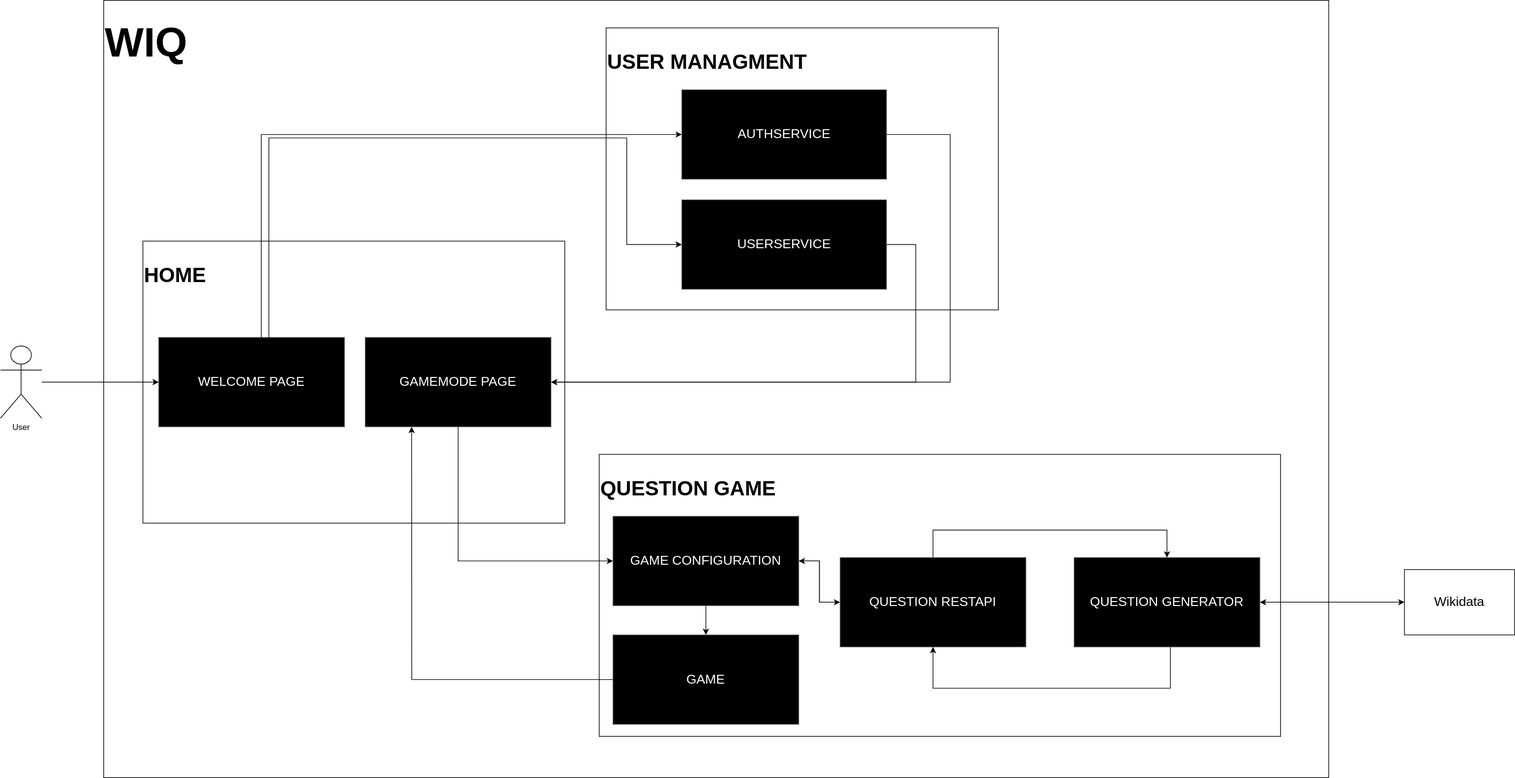
This is docs/images/5-Level2.svg from Arquisoft/wiq_en1b, a draw.io export, as it was before one commit. Source tidied: cells renumbered, new cells last; positions are measured from the earlier drawing's top-left corner, leaving out a move shared by most shapes. The source it was exported from:
```xml
<mxGraphModel>
  <root>
    <mxCell id="0" />
    <mxCell id="1" parent="0" />
    <mxCell id="2" value="&lt;font style=&quot;font-size: 60px;&quot;&gt;&lt;b&gt;&lt;font style=&quot;font-size: 60px;&quot;&gt;WIQ&lt;/font&gt;&lt;/b&gt;&lt;br style=&quot;&quot;&gt;&lt;br style=&quot;&quot;&gt;&lt;br style=&quot;&quot;&gt;&lt;br style=&quot;&quot;&gt;&lt;br style=&quot;&quot;&gt;&lt;br style=&quot;&quot;&gt;&lt;br style=&quot;&quot;&gt;&lt;br style=&quot;&quot;&gt;&lt;br style=&quot;&quot;&gt;&lt;br&gt;&lt;br&gt;&lt;br&gt;&lt;br&gt;&lt;br&gt;&lt;br&gt;&lt;/font&gt;" style="rounded=0;whiteSpace=wrap;html=1;fontSize=26;align=left;" parent="1" vertex="1">
      <mxGeometry x="150" width="1780" height="1130" as="geometry" />
    </mxCell>
    <mxCell id="3" value="&lt;b&gt;&lt;font style=&quot;font-size: 30px;&quot;&gt;HOME&lt;/font&gt;&lt;/b&gt;&lt;br style=&quot;font-size: 26px;&quot;&gt;&lt;br style=&quot;font-size: 26px;&quot;&gt;&lt;br style=&quot;font-size: 26px;&quot;&gt;&lt;br style=&quot;font-size: 26px;&quot;&gt;&lt;br style=&quot;font-size: 26px;&quot;&gt;&lt;br style=&quot;font-size: 26px;&quot;&gt;&lt;br style=&quot;font-size: 26px;&quot;&gt;&lt;br style=&quot;font-size: 26px;&quot;&gt;&lt;br style=&quot;font-size: 26px;&quot;&gt;&lt;br&gt;&lt;br&gt;" style="rounded=0;whiteSpace=wrap;html=1;fontSize=26;align=left;" parent="1" vertex="1">
      <mxGeometry x="207" y="350" width="613" height="410" as="geometry" />
    </mxCell>
    <mxCell id="4" style="edgeStyle=orthogonalEdgeStyle;rounded=0;jettySize=auto;html=1;entryX=0;entryY=0.5;entryDx=0;entryDy=0;" parent="1" edge="1" source="5" target="6">
      <mxGeometry relative="1" as="geometry" />
    </mxCell>
    <mxCell id="5" value="User" style="shape=umlActor;verticalLabelPosition=bottom;verticalAlign=top;html=1;outlineConnect=0;" parent="1" vertex="1">
      <mxGeometry y="502.5" width="60" height="105" as="geometry" />
    </mxCell>
    <mxCell id="6" value="WELCOME PAGE" style="rounded=0;whiteSpace=wrap;html=1;fillColor=#000000;gradientColor=none;strokeColor=#666666;fontColor=#ffffff;fontSize=19;" parent="1" vertex="1">
      <mxGeometry x="230" y="490" width="270" height="130" as="geometry" />
    </mxCell>
    <mxCell id="7" value="&lt;b&gt;&lt;font style=&quot;font-size: 30px;&quot;&gt;USER MANAGMENT&lt;/font&gt;&lt;/b&gt;&lt;br style=&quot;font-size: 26px;&quot;&gt;&lt;br style=&quot;font-size: 26px;&quot;&gt;&lt;br style=&quot;font-size: 26px;&quot;&gt;&lt;br style=&quot;font-size: 26px;&quot;&gt;&lt;br style=&quot;font-size: 26px;&quot;&gt;&lt;br style=&quot;font-size: 26px;&quot;&gt;&lt;br style=&quot;font-size: 26px;&quot;&gt;&lt;br style=&quot;font-size: 26px;&quot;&gt;&lt;br style=&quot;font-size: 26px;&quot;&gt;&lt;br&gt;&lt;br&gt;" style="rounded=0;whiteSpace=wrap;html=1;fontSize=26;align=left;" parent="1" vertex="1">
      <mxGeometry x="880" y="40" width="570" height="410" as="geometry" />
    </mxCell>
    <mxCell id="8" style="edgeStyle=orthogonalEdgeStyle;rounded=0;jettySize=auto;html=1;entryX=1;entryY=0.5;entryDx=0;entryDy=0;" parent="1" edge="1" source="9" target="14">
      <mxGeometry relative="1" as="geometry">
        <Array as="points">
          <mxPoint x="1380" y="195" />
          <mxPoint x="1380" y="555" />
        </Array>
      </mxGeometry>
    </mxCell>
    <mxCell id="9" value="AUTHSERVICE" style="rounded=0;whiteSpace=wrap;html=1;fillColor=#000000;gradientColor=none;strokeColor=#666666;fontColor=#ffffff;fontSize=19;" parent="1" vertex="1">
      <mxGeometry x="990" y="130" width="297.5" height="130" as="geometry" />
    </mxCell>
    <mxCell id="10" style="edgeStyle=orthogonalEdgeStyle;rounded=0;jettySize=auto;html=1;entryX=1;entryY=0.5;entryDx=0;entryDy=0;" parent="1" edge="1" source="11" target="14">
      <mxGeometry relative="1" as="geometry">
        <Array as="points">
          <mxPoint x="1330" y="355" />
          <mxPoint x="1330" y="555" />
        </Array>
      </mxGeometry>
    </mxCell>
    <mxCell id="11" value="USERSERVICE" style="rounded=0;whiteSpace=wrap;html=1;fillColor=#000000;gradientColor=none;strokeColor=#666666;fontColor=#ffffff;fontSize=19;" parent="1" vertex="1">
      <mxGeometry x="990" y="290" width="297.5" height="130" as="geometry" />
    </mxCell>
    <mxCell id="12" style="edgeStyle=orthogonalEdgeStyle;rounded=0;jettySize=auto;html=1;entryX=0;entryY=0.5;entryDx=0;entryDy=0;" parent="1" edge="1" source="6" target="9">
      <mxGeometry relative="1" as="geometry">
        <Array as="points">
          <mxPoint x="379" y="195" />
        </Array>
      </mxGeometry>
    </mxCell>
    <mxCell id="13" style="edgeStyle=orthogonalEdgeStyle;rounded=0;jettySize=auto;html=1;entryX=0;entryY=0.5;entryDx=0;entryDy=0;" parent="1" edge="1" source="6" target="11">
      <mxGeometry relative="1" as="geometry">
        <Array as="points">
          <mxPoint x="390" y="200" />
          <mxPoint x="910" y="200" />
          <mxPoint x="910" y="355" />
        </Array>
      </mxGeometry>
    </mxCell>
    <mxCell id="14" value="GAMEMODE PAGE" style="rounded=0;whiteSpace=wrap;html=1;fillColor=#000000;gradientColor=none;strokeColor=#666666;fontColor=#ffffff;fontSize=19;" parent="1" vertex="1">
      <mxGeometry x="530" y="490" width="270" height="130" as="geometry" />
    </mxCell>
    <mxCell id="15" value="&lt;span style=&quot;font-size: 30px;&quot;&gt;&lt;b&gt;QUESTION GAME&lt;/b&gt;&lt;/span&gt;&lt;br style=&quot;font-size: 26px;&quot;&gt;&lt;br style=&quot;font-size: 26px;&quot;&gt;&lt;br style=&quot;font-size: 26px;&quot;&gt;&lt;br style=&quot;font-size: 26px;&quot;&gt;&lt;br style=&quot;font-size: 26px;&quot;&gt;&lt;br style=&quot;font-size: 26px;&quot;&gt;&lt;br style=&quot;font-size: 26px;&quot;&gt;&lt;br style=&quot;font-size: 26px;&quot;&gt;&lt;br style=&quot;font-size: 26px;&quot;&gt;&lt;br&gt;&lt;br&gt;" style="rounded=0;whiteSpace=wrap;html=1;fontSize=26;align=left;" parent="1" vertex="1">
      <mxGeometry x="870" y="660" width="990" height="410" as="geometry" />
    </mxCell>
    <mxCell id="16" style="edgeStyle=orthogonalEdgeStyle;rounded=0;jettySize=auto;html=1;entryX=0;entryY=0.5;entryDx=0;entryDy=0;" parent="1" edge="1" source="18" target="22">
      <mxGeometry relative="1" as="geometry" />
    </mxCell>
    <mxCell id="17" style="edgeStyle=orthogonalEdgeStyle;rounded=0;jettySize=auto;html=1;entryX=0.5;entryY=0;entryDx=0;entryDy=0;" parent="1" edge="1" source="18" target="29">
      <mxGeometry relative="1" as="geometry" />
    </mxCell>
    <mxCell id="18" value="GAME CONFIGURATION" style="rounded=0;whiteSpace=wrap;html=1;fillColor=#000000;gradientColor=none;strokeColor=#666666;fontColor=#ffffff;fontSize=19;" parent="1" vertex="1">
      <mxGeometry x="890" y="750" width="270" height="130" as="geometry" />
    </mxCell>
    <mxCell id="19" style="edgeStyle=orthogonalEdgeStyle;rounded=0;jettySize=auto;html=1;entryX=0;entryY=0.5;entryDx=0;entryDy=0;" parent="1" edge="1" source="14" target="18">
      <mxGeometry relative="1" as="geometry">
        <Array as="points">
          <mxPoint x="665" y="815" />
        </Array>
      </mxGeometry>
    </mxCell>
    <mxCell id="20" style="edgeStyle=orthogonalEdgeStyle;rounded=0;jettySize=auto;html=1;entryX=0.5;entryY=0;entryDx=0;entryDy=0;" parent="1" edge="1" source="22" target="25">
      <mxGeometry relative="1" as="geometry">
        <Array as="points">
          <mxPoint x="1355" y="770" />
          <mxPoint x="1695" y="770" />
        </Array>
      </mxGeometry>
    </mxCell>
    <mxCell id="21" style="edgeStyle=orthogonalEdgeStyle;rounded=0;jettySize=auto;html=1;entryX=1;entryY=0.5;entryDx=0;entryDy=0;" parent="1" edge="1" source="22" target="18">
      <mxGeometry relative="1" as="geometry" />
    </mxCell>
    <mxCell id="22" value="QUESTION RESTAPI" style="rounded=0;whiteSpace=wrap;html=1;fillColor=#000000;gradientColor=none;strokeColor=#666666;fontColor=#ffffff;fontSize=19;" parent="1" vertex="1">
      <mxGeometry x="1220" y="810" width="270" height="130" as="geometry" />
    </mxCell>
    <mxCell id="23" style="edgeStyle=orthogonalEdgeStyle;rounded=0;jettySize=auto;html=1;entryX=0;entryY=0.5;entryDx=0;entryDy=0;" parent="1" edge="1" source="25" target="27">
      <mxGeometry relative="1" as="geometry" />
    </mxCell>
    <mxCell id="24" style="edgeStyle=orthogonalEdgeStyle;rounded=0;jettySize=auto;html=1;entryX=0.5;entryY=1;entryDx=0;entryDy=0;" parent="1" edge="1" source="25" target="22">
      <mxGeometry relative="1" as="geometry">
        <Array as="points">
          <mxPoint x="1700" y="1000" />
          <mxPoint x="1355" y="1000" />
        </Array>
      </mxGeometry>
    </mxCell>
    <mxCell id="25" value="QUESTION GENERATOR" style="rounded=0;whiteSpace=wrap;html=1;fillColor=#000000;gradientColor=none;strokeColor=#666666;fontColor=#ffffff;fontSize=19;" parent="1" vertex="1">
      <mxGeometry x="1560" y="810" width="270" height="130" as="geometry" />
    </mxCell>
    <mxCell id="26" style="edgeStyle=orthogonalEdgeStyle;rounded=0;jettySize=auto;html=1;entryX=1;entryY=0.5;entryDx=0;entryDy=0;" parent="1" edge="1" source="27" target="25">
      <mxGeometry relative="1" as="geometry" />
    </mxCell>
    <mxCell id="27" value="Wikidata" style="rounded=0;whiteSpace=wrap;html=1;fontSize=19;" parent="1" vertex="1">
      <mxGeometry x="2040" y="827.5" width="160" height="95" as="geometry" />
    </mxCell>
    <mxCell id="28" style="edgeStyle=orthogonalEdgeStyle;rounded=0;jettySize=auto;html=1;entryX=0.25;entryY=1;entryDx=0;entryDy=0;" parent="1" edge="1" source="29" target="14">
      <mxGeometry relative="1" as="geometry" />
    </mxCell>
    <mxCell id="29" value="GAME" style="rounded=0;whiteSpace=wrap;html=1;fillColor=#000000;gradientColor=none;strokeColor=#666666;fontColor=#ffffff;fontSize=19;" parent="1" vertex="1">
      <mxGeometry x="890" y="922.5" width="270" height="130" as="geometry" />
    </mxCell>
  </root>
</mxGraphModel>
```
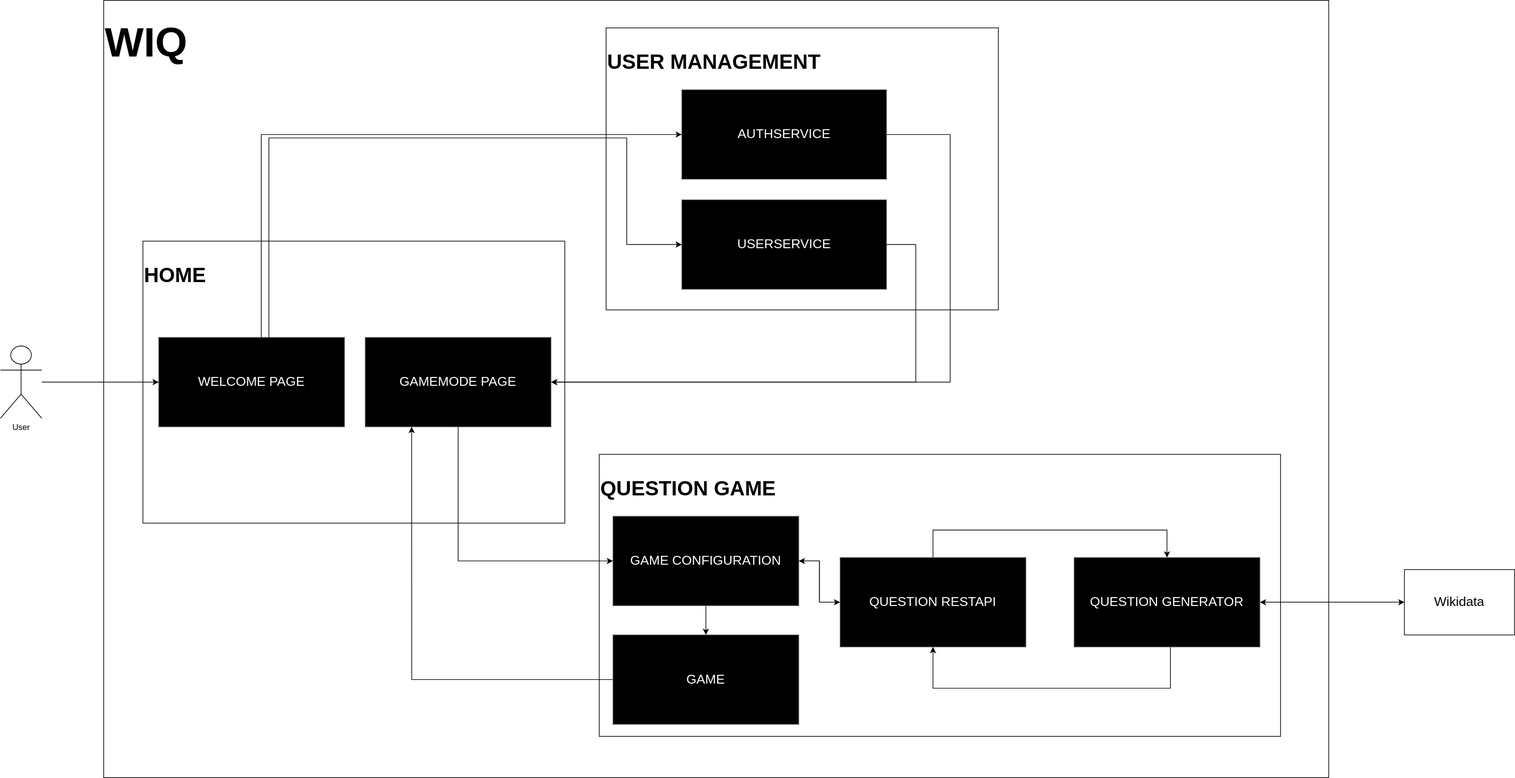
Later version of the same file.

Commit message:
Added Level 2 and corrected some typos

Change to the diagram source:
```diff
@@ -17,7 +17,7 @@
     <mxCell id="6" value="WELCOME PAGE" style="rounded=0;whiteSpace=wrap;html=1;fillColor=#000000;gradientColor=none;strokeColor=#666666;fontColor=#ffffff;fontSize=19;" parent="1" vertex="1">
       <mxGeometry x="230" y="490" width="270" height="130" as="geometry" />
     </mxCell>
-    <mxCell id="7" value="&lt;b&gt;&lt;font style=&quot;font-size: 30px;&quot;&gt;USER MANAGMENT&lt;/font&gt;&lt;/b&gt;&lt;br style=&quot;font-size: 26px;&quot;&gt;&lt;br style=&quot;font-size: 26px;&quot;&gt;&lt;br style=&quot;font-size: 26px;&quot;&gt;&lt;br style=&quot;font-size: 26px;&quot;&gt;&lt;br style=&quot;font-size: 26px;&quot;&gt;&lt;br style=&quot;font-size: 26px;&quot;&gt;&lt;br style=&quot;font-size: 26px;&quot;&gt;&lt;br style=&quot;font-size: 26px;&quot;&gt;&lt;br style=&quot;font-size: 26px;&quot;&gt;&lt;br&gt;&lt;br&gt;" style="rounded=0;whiteSpace=wrap;html=1;fontSize=26;align=left;" parent="1" vertex="1">
+    <mxCell id="7" value="&lt;b&gt;&lt;font style=&quot;font-size: 30px;&quot;&gt;USER MANAGEMENT&lt;/font&gt;&lt;/b&gt;&lt;br style=&quot;font-size: 26px;&quot;&gt;&lt;br style=&quot;font-size: 26px;&quot;&gt;&lt;br style=&quot;font-size: 26px;&quot;&gt;&lt;br style=&quot;font-size: 26px;&quot;&gt;&lt;br style=&quot;font-size: 26px;&quot;&gt;&lt;br style=&quot;font-size: 26px;&quot;&gt;&lt;br style=&quot;font-size: 26px;&quot;&gt;&lt;br style=&quot;font-size: 26px;&quot;&gt;&lt;br style=&quot;font-size: 26px;&quot;&gt;&lt;br&gt;&lt;br&gt;" style="rounded=0;whiteSpace=wrap;html=1;fontSize=26;align=left;" parent="1" vertex="1">
       <mxGeometry x="880" y="40" width="570" height="410" as="geometry" />
     </mxCell>
     <mxCell id="8" style="edgeStyle=orthogonalEdgeStyle;rounded=0;jettySize=auto;html=1;entryX=1;entryY=0.5;entryDx=0;entryDy=0;" parent="1" edge="1" source="9" target="14">
```
